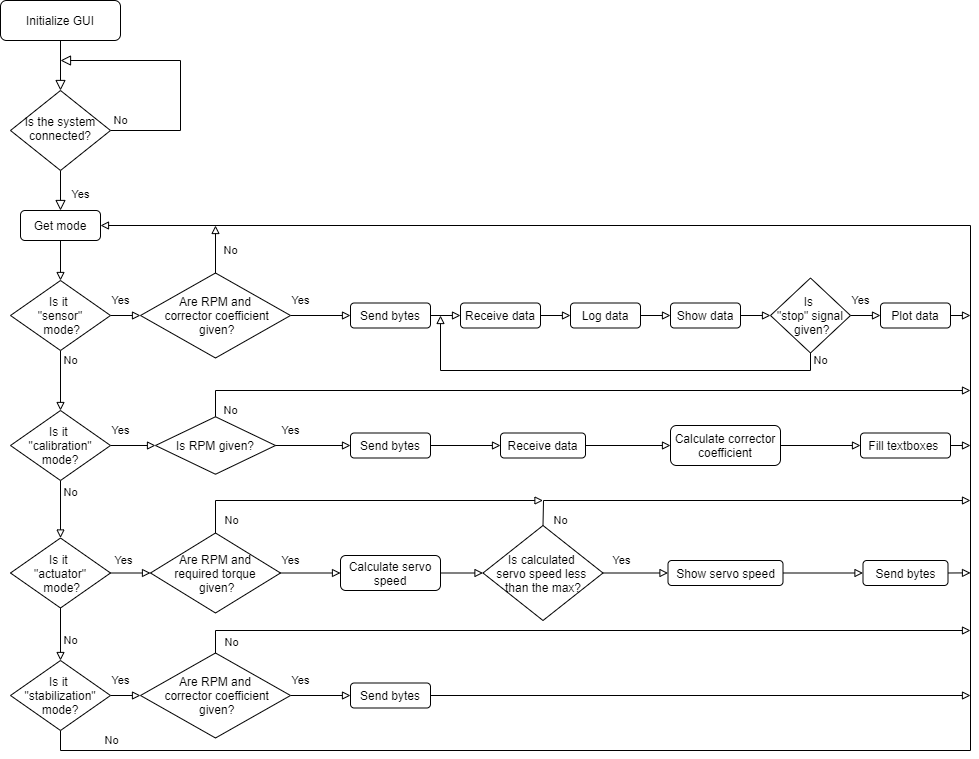
This is Python GUI Flowchart.png from alptugo/me407_RateGyro, a draw.io export, as it was before one commit. Source tidied: cells renumbered, new cells last; positions are measured from the earlier drawing's top-left corner, leaving out a move shared by most shapes.
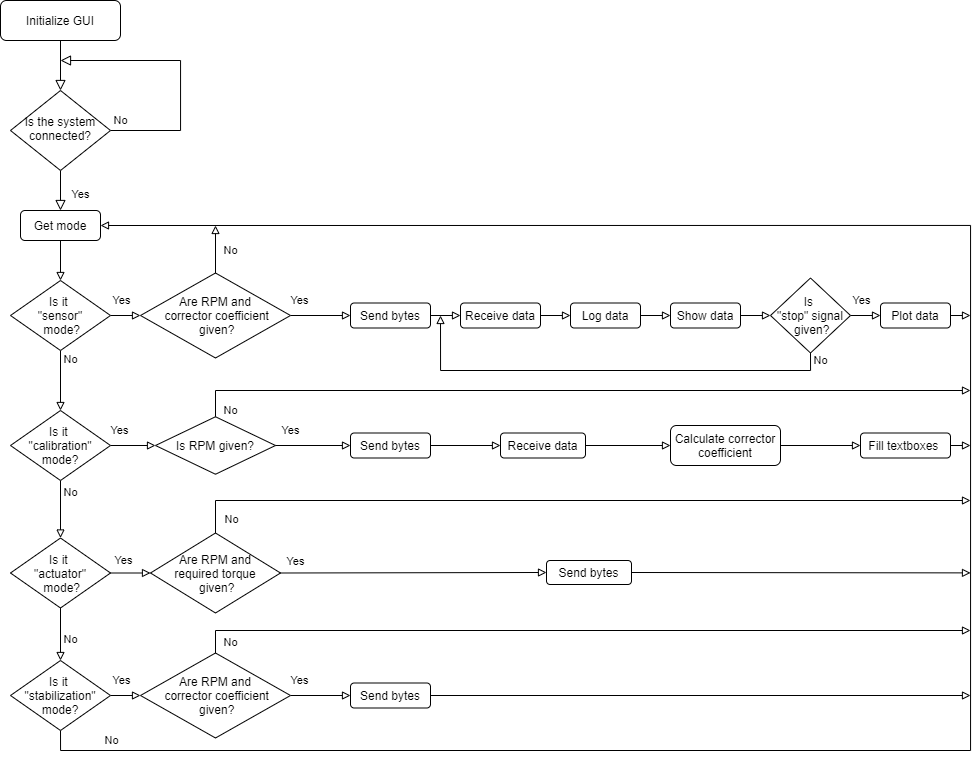
After the change.

The edit, as a diff of the source:
```diff
@@ -172,54 +172,29 @@
       <mxGeometry x="860" y="432.5" width="90" height="25" as="geometry" />
     </mxCell>
     <mxCell id="48" value="No" style="edgeStyle=orthogonalEdgeStyle;rounded=0;jumpStyle=arc;jumpSize=10;jettySize=auto;html=1;exitX=0.5;exitY=0;exitDx=0;exitDy=0;endArrow=block;endFill=0;" parent="1" edge="1" source="50">
-      <mxGeometry x="-0.74" y="-20" relative="1" as="geometry">
-        <mxPoint x="542.5" y="500" as="targetPoint" />
+      <mxGeometry x="-0.88" y="-19" relative="1" as="geometry">
+        <mxPoint x="970" y="500" as="targetPoint" />
         <Array as="points">
           <mxPoint x="215" y="500" />
         </Array>
+        <mxPoint x="1" as="offset" />
       </mxGeometry>
     </mxCell>
-    <mxCell id="49" value="Yes" style="edgeStyle=orthogonalEdgeStyle;rounded=0;jumpStyle=arc;jumpSize=10;jettySize=auto;html=1;exitX=1;exitY=0.5;exitDx=0;exitDy=0;entryX=0;entryY=0.5;entryDx=0;entryDy=0;endArrow=block;endFill=0;" parent="1" edge="1" source="50" target="52">
-      <mxGeometry x="-0.67" y="13" relative="1" as="geometry" />
+    <mxCell id="49" value="Yes" style="edgeStyle=orthogonalEdgeStyle;rounded=0;jumpStyle=arc;jumpSize=10;jettySize=auto;html=1;exitX=1;exitY=0.5;exitDx=0;exitDy=0;entryX=0;entryY=0.5;entryDx=0;entryDy=0;endArrow=block;endFill=0;" parent="1" edge="1" source="50" target="59">
+      <mxGeometry y="119" relative="1" as="geometry">
+        <mxPoint x="-117" y="108" as="offset" />
+      </mxGeometry>
     </mxCell>
     <mxCell id="50" value="Are RPM and&lt;br&gt;required torque&lt;br&gt;&amp;nbsp;given?" style="rhombus;whiteSpace=wrap;html=1;" parent="1" vertex="1">
       <mxGeometry x="150" y="532.5" width="130" height="80" as="geometry" />
     </mxCell>
-    <mxCell id="51" style="edgeStyle=orthogonalEdgeStyle;rounded=0;jumpStyle=arc;jumpSize=10;jettySize=auto;html=1;exitX=1;exitY=0.5;exitDx=0;exitDy=0;entryX=0;entryY=0.5;entryDx=0;entryDy=0;endArrow=block;endFill=0;" parent="1" edge="1" source="52" target="55">
-      <mxGeometry relative="1" as="geometry" />
-    </mxCell>
-    <mxCell id="52" value="Calculate servo speed" style="rounded=1;whiteSpace=wrap;html=1;" parent="1" vertex="1">
-      <mxGeometry x="340" y="555" width="100" height="35" as="geometry" />
-    </mxCell>
-    <mxCell id="53" value="No" style="edgeStyle=orthogonalEdgeStyle;rounded=0;jumpStyle=arc;jumpSize=10;jettySize=auto;html=1;exitX=0.5;exitY=0;exitDx=0;exitDy=0;endArrow=block;endFill=0;" parent="1" edge="1" source="55">
-      <mxGeometry x="-0.93" y="-20" relative="1" as="geometry">
-        <mxPoint x="970" y="500" as="targetPoint" />
-        <Array as="points">
-          <mxPoint x="543" y="510" />
-          <mxPoint x="543" y="500" />
-        </Array>
-        <mxPoint x="-2" y="9" as="offset" />
-      </mxGeometry>
-    </mxCell>
-    <mxCell id="54" value="Yes" style="edgeStyle=orthogonalEdgeStyle;rounded=0;jumpStyle=arc;jumpSize=10;jettySize=auto;html=1;exitX=1;exitY=0.5;exitDx=0;exitDy=0;entryX=0;entryY=0.5;entryDx=0;entryDy=0;endArrow=block;endFill=0;" parent="1" edge="1" source="55" target="57">
-      <mxGeometry x="-0.46" y="13" relative="1" as="geometry" />
-    </mxCell>
-    <mxCell id="55" value="Is calculated &lt;br&gt;servo speed less &lt;br&gt;than the max?" style="rhombus;whiteSpace=wrap;html=1;" parent="1" vertex="1">
-      <mxGeometry x="482.5" y="525" width="120" height="95" as="geometry" />
-    </mxCell>
-    <mxCell id="56" style="edgeStyle=orthogonalEdgeStyle;rounded=0;jumpStyle=arc;jumpSize=10;jettySize=auto;html=1;exitX=1;exitY=0.5;exitDx=0;exitDy=0;entryX=0;entryY=0.5;entryDx=0;entryDy=0;endArrow=block;endFill=0;" parent="1" edge="1" source="57" target="59">
-      <mxGeometry relative="1" as="geometry" />
-    </mxCell>
-    <mxCell id="57" value="Show servo speed" style="rounded=1;whiteSpace=wrap;html=1;" parent="1" vertex="1">
-      <mxGeometry x="667.5" y="560" width="115" height="25" as="geometry" />
-    </mxCell>
     <mxCell id="58" style="edgeStyle=orthogonalEdgeStyle;rounded=0;jumpStyle=arc;jumpSize=10;jettySize=auto;html=1;exitX=1;exitY=0.5;exitDx=0;exitDy=0;endArrow=block;endFill=0;" parent="1" edge="1" source="59">
       <mxGeometry relative="1" as="geometry">
         <mxPoint x="970" y="572.4" as="targetPoint" />
       </mxGeometry>
     </mxCell>
     <mxCell id="59" value="Send bytes" style="rounded=1;whiteSpace=wrap;html=1;" parent="1" vertex="1">
-      <mxGeometry x="862.5" y="560" width="85" height="25" as="geometry" />
+      <mxGeometry x="546" y="560" width="85" height="24" as="geometry" />
     </mxCell>
     <mxCell id="60" value="Yes" style="edgeStyle=orthogonalEdgeStyle;rounded=0;jumpStyle=arc;jumpSize=10;jettySize=auto;html=1;exitX=1;exitY=0.5;exitDx=0;exitDy=0;entryX=0;entryY=0.5;entryDx=0;entryDy=0;endArrow=block;endFill=0;" parent="1" edge="1" source="62" target="64">
       <mxGeometry x="-0.67" y="15" relative="1" as="geometry" />
```
